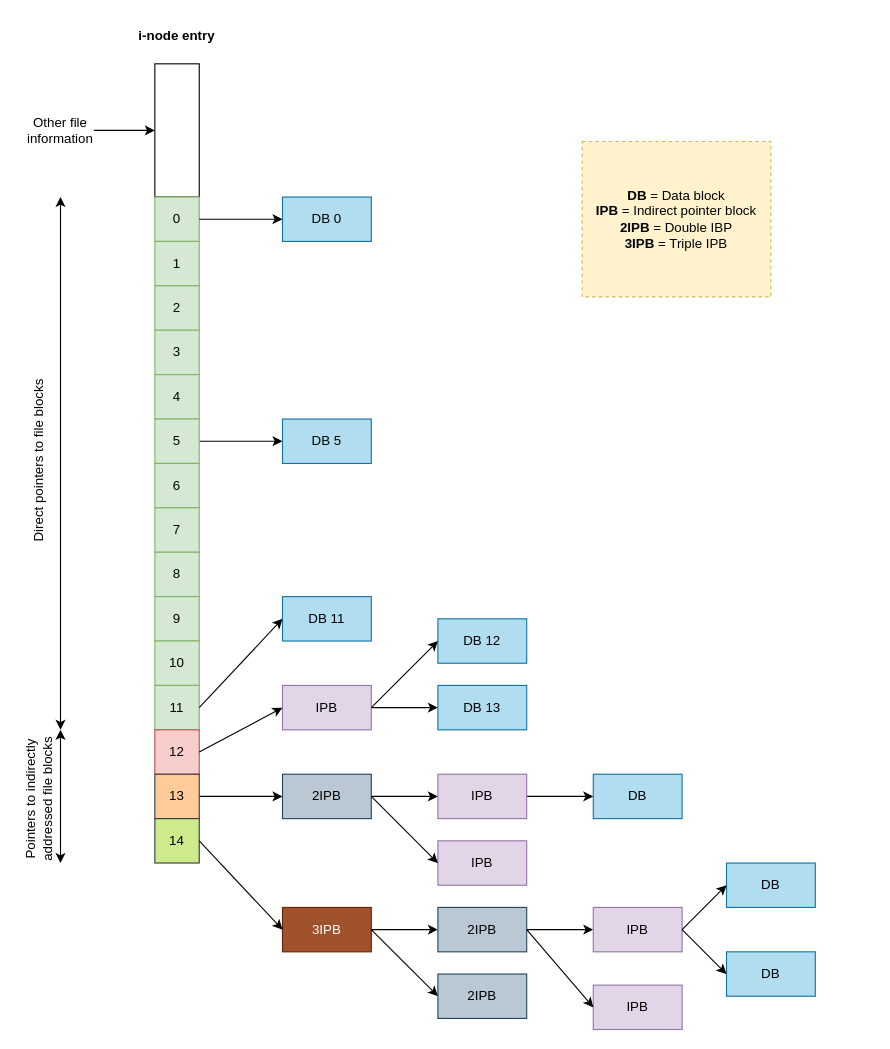
The draw.io diagram etx2.drawio in da0p/diagram-notes, before the edit. Source tidied: cells renumbered, new cells numbered last; positions are measured from the earlier drawing's top-left corner, leaving out a move shared by most shapes. Both pictures are drawn from the tidied source at 111%, with x=0, y=0 at pixel (-51, 19).
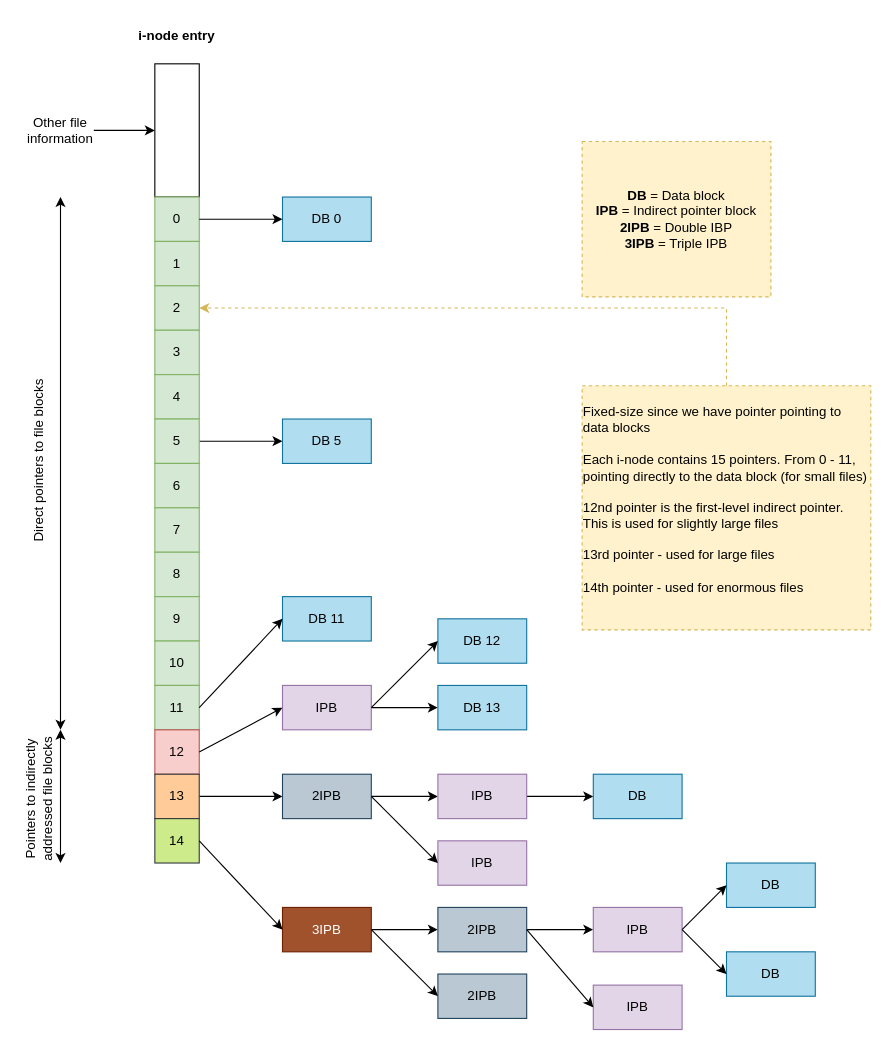
Above is the later version.

Unchanged cells that the change refers to:
```xml
<mxCell id="8" value="2" style="rounded=0;whiteSpace=wrap;html=1;fillColor=#d5e8d4;strokeColor=#82b366;" parent="1" vertex="1">
  <mxGeometry x="185" y="240" width="40" height="40" as="geometry" />
</mxCell>
```

What changed in the source:
```diff
@@
+    <mxCell id="60" style="edgeStyle=orthogonalEdgeStyle;rounded=0;jettySize=auto;html=1;exitX=0.5;exitY=0;exitDx=0;exitDy=0;entryX=1;entryY=0.5;entryDx=0;entryDy=0;dashed=1;fillColor=#fff2cc;strokeColor=#d6b656;" parent="1" edge="1" source="61" target="8">
+      <mxGeometry relative="1" as="geometry" />
+    </mxCell>
+    <mxCell id="61" value="&lt;div align=&quot;left&quot;&gt;Fixed-size since we have pointer pointing to data blocks&lt;/div&gt;&lt;div align=&quot;left&quot;&gt;&lt;br&gt;&lt;/div&gt;&lt;div align=&quot;left&quot;&gt;Each i-node contains 15 pointers. From 0 - 11, pointing directly to the data block (for small files)&lt;br&gt;&lt;br&gt;12nd pointer is the first-level indirect pointer. This is used for slightly large files&lt;br&gt;&lt;br&gt;13rd pointer - used for large files&lt;/div&gt;&lt;div align=&quot;left&quot;&gt;&lt;br&gt;&lt;/div&gt;&lt;div align=&quot;left&quot;&gt;14th pointer - used for enormous files&lt;/div&gt;&lt;div&gt;&lt;br&gt;&lt;/div&gt;" style="rounded=0;whiteSpace=wrap;html=1;dashed=1;fillColor=#fff2cc;strokeColor=#d6b656;" parent="1" vertex="1">
+      <mxGeometry x="570" y="330" width="260" height="220" as="geometry" />
+    </mxCell>
```
